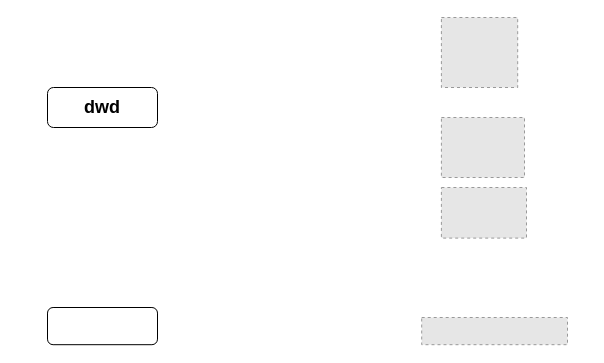
This is 集市层批流一体.drawio from mineminemine123/work-wiki, a draw.io file, before an edit. Source tidied: cells renumbered, new cells numbered last; positions are measured from the earlier drawing's top-left corner, leaving out a move shared by most shapes. Both pictures are drawn from the tidied source at 100%, with x=0, y=0 at pixel (47, 17). Pictures stored in the file or linked from it are replaced by grey dashed boxes.
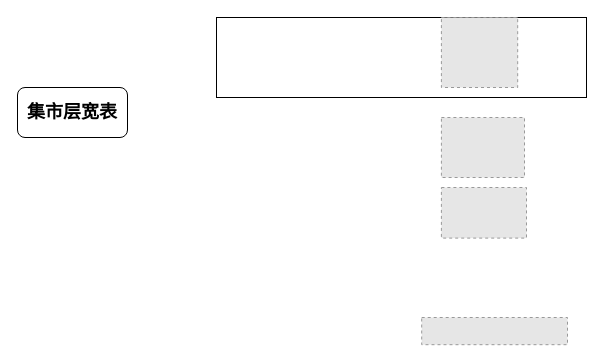
After the change.

Commit message (it also covers changes not shown here):
更新集市层批流一体.drawio

The edit, as a diff of the source:
```diff
@@
 <mxGraphModel>
   <root>
     <mxCell id="0" />
     <mxCell id="1" parent="0" />
+    <mxCell id="8" style="rounded=0;whiteSpace=wrap;html=1;" parent="1" vertex="1">
+      <mxGeometry x="169" width="370" height="80" as="geometry" />
+    </mxCell>
-    <mxCell id="2" value="&lt;h2&gt;dwd&lt;/h2&gt;" style="rounded=1;whiteSpace=wrap;html=1;" parent="1" vertex="1">
-      <mxGeometry y="70" width="110" height="40" as="geometry" />
+    <mxCell id="2" value="&lt;h2&gt;集市层宽表&lt;/h2&gt;" style="rounded=1;whiteSpace=wrap;html=1;" parent="1" vertex="1">
+      <mxGeometry x="-30" y="70" width="110" height="50" as="geometry" />
     </mxCell>
-    <mxCell id="3" style="rounded=1;whiteSpace=wrap;html=1;" parent="1" vertex="1">
-      <mxGeometry y="290" width="110" height="37.2" as="geometry" />
-    </mxCell>
     <mxCell id="4" style="fillColor=#E6E6E6;strokeColor=#999999;dashed=1;verticalLabelPosition=bottom;labelBackgroundColor=default;verticalAlign=top;" parent="1" vertex="1">
       <mxGeometry x="374.2" y="300" width="145.8" height="27.2" as="geometry" />
     </mxCell>
     <mxCell id="5" style="fillColor=#E6E6E6;strokeColor=#999999;dashed=1;verticalLabelPosition=bottom;labelBackgroundColor=default;verticalAlign=top;" parent="1" vertex="1">
       <mxGeometry x="393.9" y="170" width="85.1" height="50.6" as="geometry" />
     </mxCell>
     <mxCell id="6" style="fillColor=#E6E6E6;strokeColor=#999999;dashed=1;verticalLabelPosition=bottom;labelBackgroundColor=default;verticalAlign=top;" parent="1" vertex="1">
       <mxGeometry x="393.9" width="76.3" height="70" as="geometry" />
     </mxCell>
     <mxCell id="7" style="fillColor=#E6E6E6;strokeColor=#999999;dashed=1;verticalLabelPosition=bottom;labelBackgroundColor=default;verticalAlign=top;" parent="1" vertex="1">
       <mxGeometry x="393.9" y="100" width="83.1" height="60" as="geometry" />
     </mxCell>
   </root>
 </mxGraphModel>
```
